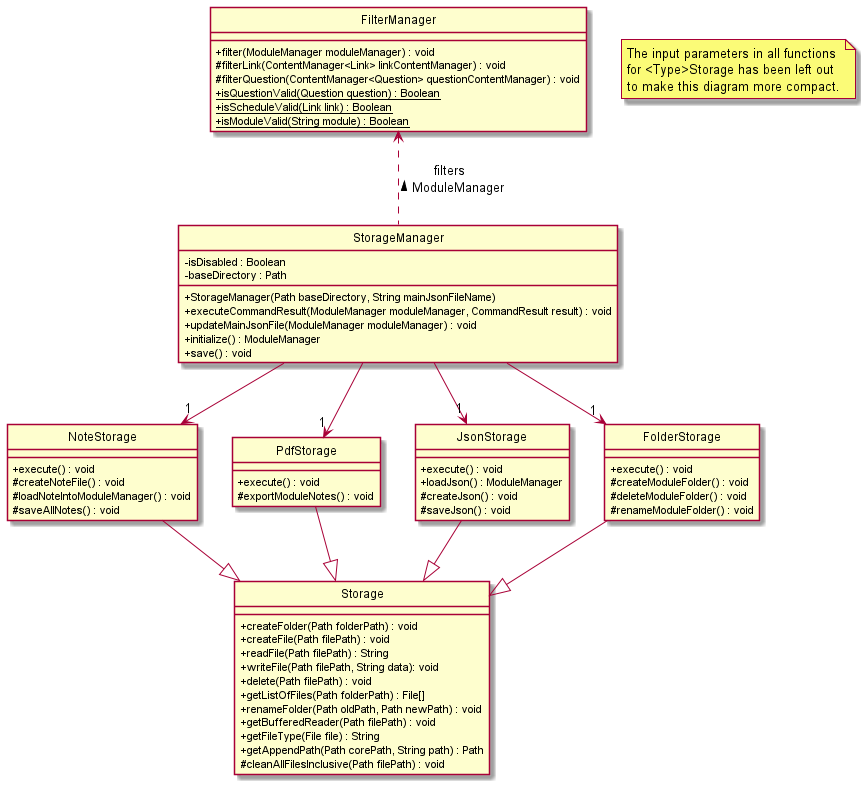
Earlier version of the PlantUML export docs/attachments/StorageComponent.png (nus-cs2113-AY2122S1/tp).
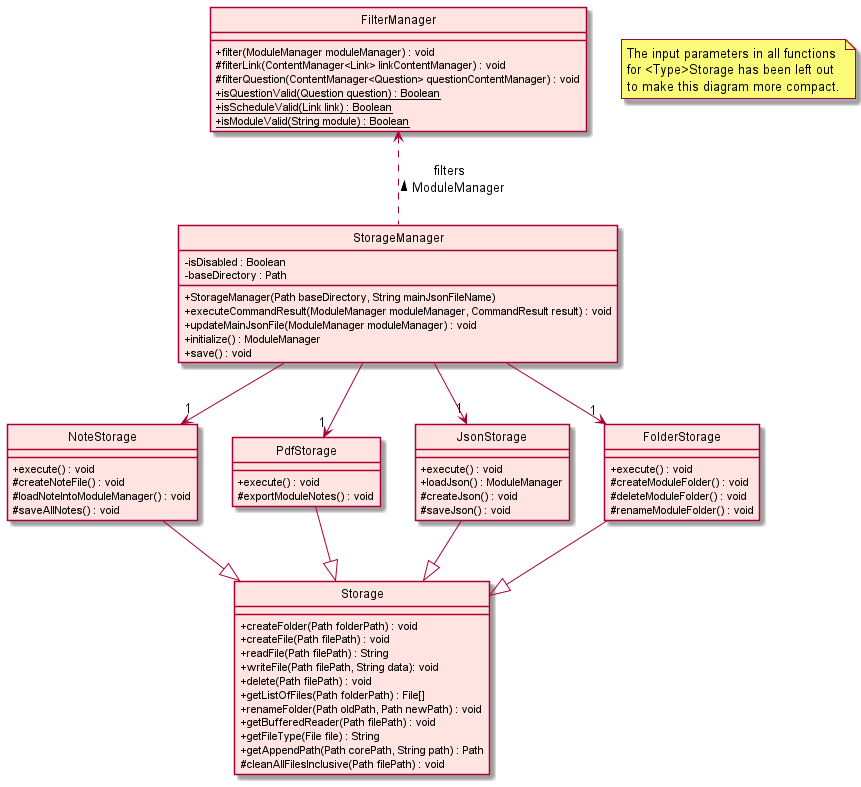
Above is the later version.

Commit message:
Add loading sequence diagram for storage in DG

Change to the diagram source:
```diff
@@ -16,7 +16,7 @@
 JsonStorage --|> Storage
 FolderStorage --|> Storage
 
-class StorageManager {
+class StorageManager #mistyrose{
   - isDisabled : Boolean
   - baseDirectory : Path
   + StorageManager(Path baseDirectory, String mainJsonFileName)
@@ -26,33 +26,33 @@
   + save() : void
 }
 
-class NoteStorage {
+class NoteStorage #mistyrose{
   + execute() : void
   # createNoteFile() : void
   # loadNoteIntoModuleManager() : void
   # saveAllNotes() : void
 }
 
-class PdfStorage {
+class PdfStorage #mistyrose{
   + execute() : void
   # exportModuleNotes() : void
 }
 
-class JsonStorage {
+class JsonStorage #mistyrose{
   + execute() : void
   + loadJson() : ModuleManager
   # createJson() : void
   # saveJson() : void
 }
 
-class FolderStorage{
+class FolderStorage #mistyrose{
   + execute() : void
   # createModuleFolder() : void
   # deleteModuleFolder() : void
   # renameModuleFolder() : void
 }
 
-class Storage {
+class Storage #mistyrose{
  + createFolder(Path folderPath) : void
  + createFile(Path filePath) : void
  + readFile(Path filePath) : String
@@ -67,7 +67,7 @@
 
 }
 
-class FilterManager {
+class FilterManager #mistyrose{
   + filter(ModuleManager moduleManager) : void
   # filterLink(ContentManager<Link> linkContentManager) : void
   # filterQuestion(ContentManager<Question> questionContentManager) : void
```
